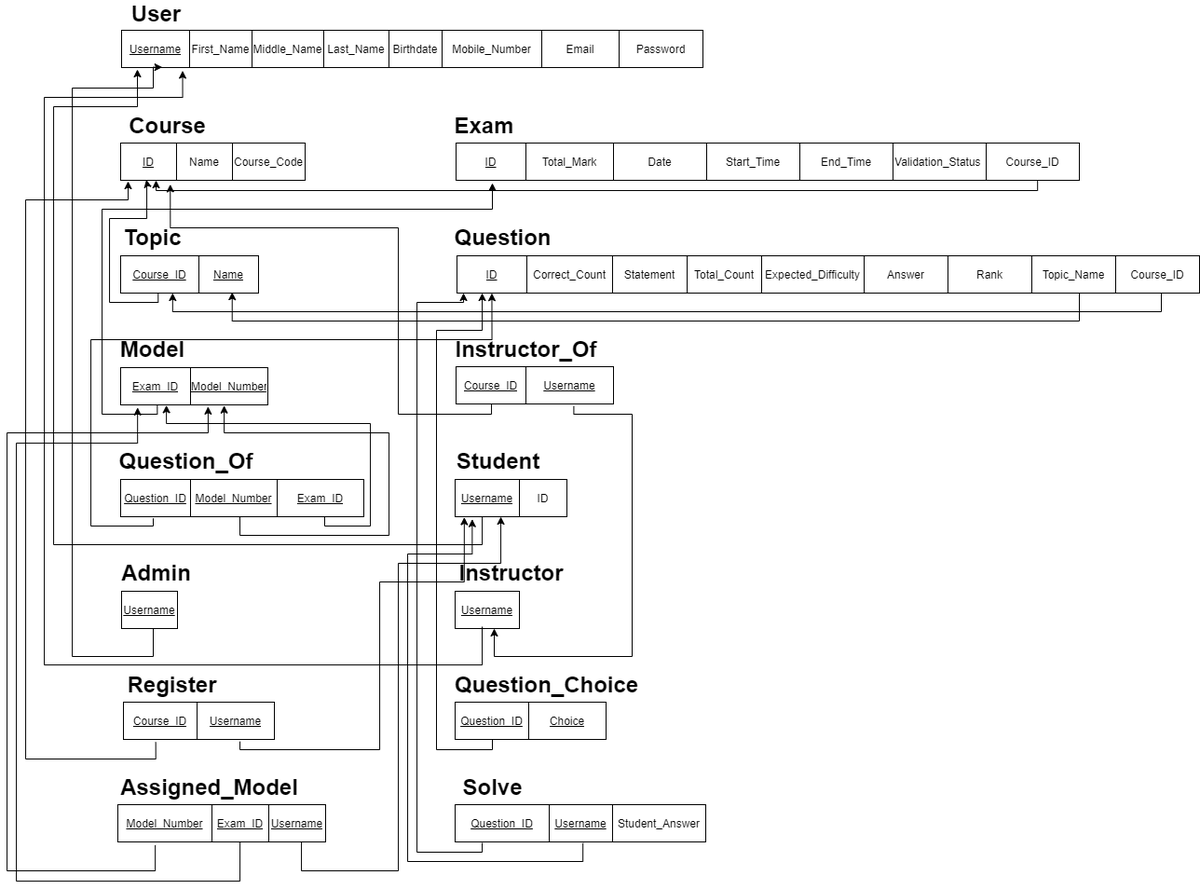
Above: Database Design/schema.png in aymanred121/Examination-Management-System (draw.io), before the change. Source tidied: cells renumbered, new cells last; positions are measured from the earlier drawing's top-left corner, leaving out a move shared by most shapes.
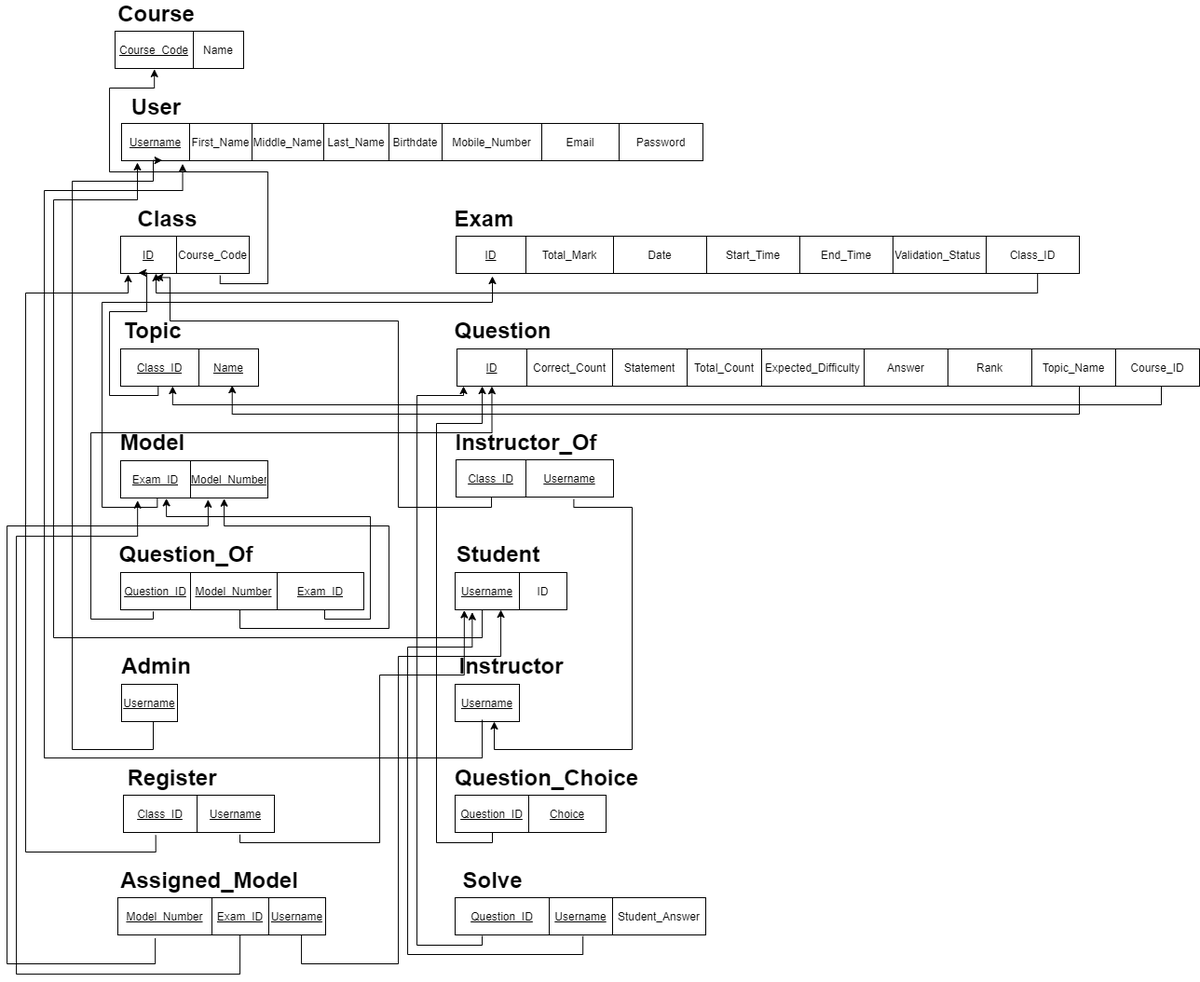
Above is the later version.

The edit, as a diff of the source:
```diff
@@ -137,7 +137,7 @@
     <mxCell id="46" style="shape=partialRectangle;html=1;whiteSpace=wrap;fillColor=none;top=0;left=0;bottom=0;right=0;points=[[0,0.5],[1,0.5]];portConstraint=eastwest;" parent="45" vertex="1">
       <mxGeometry width="169" height="40" as="geometry" />
     </mxCell>
-    <mxCell id="47" value="&lt;u&gt;Course_ID&lt;/u&gt;" style="shape=partialRectangle;html=1;whiteSpace=wrap;overflow=hidden;fillColor=none;top=0;left=0;bottom=0;right=0;" parent="46" vertex="1">
+    <mxCell id="47" value="&lt;u&gt;Class_ID&lt;/u&gt;" style="shape=partialRectangle;html=1;whiteSpace=wrap;overflow=hidden;fillColor=none;top=0;left=0;bottom=0;right=0;" parent="46" vertex="1">
       <mxGeometry width="75" height="40" as="geometry" />
     </mxCell>
     <mxCell id="48" value="&lt;u&gt;Username&lt;/u&gt;" style="shape=partialRectangle;html=1;whiteSpace=wrap;overflow=hidden;fillColor=none;top=0;left=0;bottom=0;right=0;" parent="46" vertex="1">
@@ -170,14 +170,14 @@
     <mxCell id="57" value="Validation_Status&amp;nbsp;" style="shape=partialRectangle;html=1;whiteSpace=wrap;overflow=hidden;fillColor=none;top=0;left=0;bottom=0;right=0;" parent="51" vertex="1">
       <mxGeometry x="469" width="100" height="40" as="geometry" />
     </mxCell>
-    <mxCell id="58" value="Course_ID" style="shape=partialRectangle;html=1;whiteSpace=wrap;overflow=hidden;fillColor=none;top=0;left=0;bottom=0;right=0;" parent="51" vertex="1">
+    <mxCell id="58" value="Class_ID" style="shape=partialRectangle;html=1;whiteSpace=wrap;overflow=hidden;fillColor=none;top=0;left=0;bottom=0;right=0;" parent="51" vertex="1">
       <mxGeometry x="569" width="100" height="40" as="geometry" />
     </mxCell>
     <mxCell id="59" value="&lt;span style=&quot;font-size: 24px&quot;&gt;&lt;b&gt;Exam&lt;/b&gt;&lt;/span&gt;" style="text;html=1;align=center;verticalAlign=middle;" parent="1" vertex="1">
       <mxGeometry x="472" y="120" width="80" height="20" as="geometry" />
     </mxCell>
-    <mxCell id="60" value="&lt;span style=&quot;font-size: 24px&quot;&gt;&lt;b&gt;Course&lt;/b&gt;&lt;/span&gt;" style="text;html=1;align=center;verticalAlign=middle;" parent="1" vertex="1">
-      <mxGeometry x="122" y="120" width="100" height="20" as="geometry" />
+    <mxCell id="60" value="&lt;span style=&quot;font-size: 24px&quot;&gt;&lt;b&gt;Class&lt;/b&gt;&lt;/span&gt;" style="text;html=1;align=center;verticalAlign=middle;" parent="1" vertex="1">
+      <mxGeometry x="132" y="120" width="80" height="20" as="geometry" />
     </mxCell>
     <mxCell id="61" value="&lt;span style=&quot;font-size: 24px&quot;&gt;&lt;b&gt;Topic&lt;/b&gt;&lt;/span&gt;" style="text;html=1;align=center;verticalAlign=middle;" parent="1" vertex="1">
       <mxGeometry x="116" y="240" width="80" height="20" as="geometry" />
@@ -188,7 +188,7 @@
     <mxCell id="63" style="shape=partialRectangle;html=1;whiteSpace=wrap;fillColor=none;top=0;left=0;bottom=0;right=0;points=[[0,0.5],[1,0.5]];portConstraint=eastwest;" parent="62" vertex="1">
       <mxGeometry width="148" height="40" as="geometry" />
     </mxCell>
-    <mxCell id="64" value="&lt;u&gt;Course_ID&lt;/u&gt;" style="shape=partialRectangle;html=1;whiteSpace=wrap;overflow=hidden;fillColor=none;top=0;left=0;bottom=0;right=0;" parent="63" vertex="1">
+    <mxCell id="64" value="&lt;u&gt;Class_ID&lt;/u&gt;" style="shape=partialRectangle;html=1;whiteSpace=wrap;overflow=hidden;fillColor=none;top=0;left=0;bottom=0;right=0;" parent="63" vertex="1">
       <mxGeometry width="84" height="40" as="geometry" />
     </mxCell>
     <mxCell id="65" value="&lt;u&gt;Name&lt;/u&gt;" style="shape=partialRectangle;html=1;whiteSpace=wrap;overflow=hidden;fillColor=none;top=0;left=0;bottom=0;right=0;" parent="63" vertex="1">
@@ -204,19 +204,16 @@
       <mxGeometry width="69" height="40" as="geometry" />
     </mxCell>
     <mxCell id="69" style="shape=table;html=1;whiteSpace=wrap;startSize=0;" parent="1" vertex="1">
-      <mxGeometry x="122" y="149" width="198" height="40" as="geometry" />
+      <mxGeometry x="122" y="149" width="138" height="40" as="geometry" />
     </mxCell>
     <mxCell id="70" style="shape=partialRectangle;html=1;whiteSpace=wrap;fillColor=none;top=0;left=0;bottom=0;right=0;points=[[0,0.5],[1,0.5]];portConstraint=eastwest;" parent="69" vertex="1">
-      <mxGeometry width="198" height="40" as="geometry" />
+      <mxGeometry width="138" height="40" as="geometry" />
     </mxCell>
     <mxCell id="71" value="&lt;u&gt;ID&lt;/u&gt;" style="shape=partialRectangle;html=1;whiteSpace=wrap;overflow=hidden;fillColor=none;top=0;left=0;bottom=0;right=0;" parent="70" vertex="1">
       <mxGeometry width="60" height="40" as="geometry" />
     </mxCell>
-    <mxCell id="72" value="Name" style="shape=partialRectangle;html=1;whiteSpace=wrap;overflow=hidden;fillColor=none;top=0;left=0;bottom=0;right=0;" parent="70" vertex="1">
-      <mxGeometry x="60" width="60" height="40" as="geometry" />
-    </mxCell>
     <mxCell id="73" value="Course_Code" style="shape=partialRectangle;html=1;whiteSpace=wrap;overflow=hidden;fillColor=none;top=0;left=0;bottom=0;right=0;" parent="70" vertex="1">
-      <mxGeometry x="120" width="78" height="40" as="geometry" />
+      <mxGeometry x="60" width="78" height="40" as="geometry" />
     </mxCell>
     <mxCell id="74" value="&lt;font size=&quot;1&quot;&gt;&lt;b style=&quot;font-size: 24px&quot;&gt;Instructor&lt;/b&gt;&lt;/font&gt;" style="text;html=1;align=center;verticalAlign=middle;" parent="1" vertex="1">
       <mxGeometry x="476" y="600" width="130" height="20" as="geometry" />
@@ -263,8 +260,8 @@
       <mxGeometry relative="1" as="geometry">
         <mxPoint x="160" y="189" as="targetPoint" />
         <Array as="points">
-          <mxPoint x="1106" y="200" />
-          <mxPoint x="160" y="200" />
+          <mxPoint x="1106" y="210" />
+          <mxPoint x="160" y="210" />
         </Array>
       </mxGeometry>
     </mxCell>
@@ -386,7 +383,7 @@
     <mxCell id="95" style="shape=partialRectangle;html=1;whiteSpace=wrap;fillColor=none;top=0;left=0;bottom=0;right=0;points=[[0,0.5],[1,0.5]];portConstraint=eastwest;" parent="94" vertex="1">
       <mxGeometry width="162" height="40" as="geometry" />
     </mxCell>
-    <mxCell id="96" value="&lt;u&gt;Course_ID&lt;/u&gt;" style="shape=partialRectangle;html=1;whiteSpace=wrap;overflow=hidden;fillColor=none;top=0;left=0;bottom=0;right=0;" parent="95" vertex="1">
+    <mxCell id="96" value="&lt;u&gt;Class_ID&lt;/u&gt;" style="shape=partialRectangle;html=1;whiteSpace=wrap;overflow=hidden;fillColor=none;top=0;left=0;bottom=0;right=0;" parent="95" vertex="1">
       <mxGeometry width="79" height="40" as="geometry" />
     </mxCell>
     <mxCell id="97" value="&lt;u&gt;Username&lt;/u&gt;" style="shape=partialRectangle;html=1;whiteSpace=wrap;overflow=hidden;fillColor=none;top=0;left=0;bottom=0;right=0;" parent="95" vertex="1">
@@ -505,5 +502,32 @@
         </Array>
       </mxGeometry>
     </mxCell>
+    <mxCell id="118" value="&lt;span style=&quot;font-size: 24px&quot;&gt;&lt;b&gt;Course&lt;/b&gt;&lt;/span&gt;" style="text;html=1;align=center;verticalAlign=middle;" parent="1" vertex="1">
+      <mxGeometry x="110" y="-100" width="100" height="20" as="geometry" />
+    </mxCell>
+    <mxCell id="119" style="shape=table;html=1;whiteSpace=wrap;startSize=0;" parent="1" vertex="1">
+      <mxGeometry x="116" y="-71" width="138" height="40" as="geometry" />
+    </mxCell>
+    <mxCell id="120" style="shape=partialRectangle;html=1;whiteSpace=wrap;fillColor=none;top=0;left=0;bottom=0;right=0;points=[[0,0.5],[1,0.5]];portConstraint=eastwest;" parent="119" vertex="1">
+      <mxGeometry width="138" height="40" as="geometry" />
+    </mxCell>
+    <mxCell id="121" value="&lt;u&gt;Course_Code&lt;/u&gt;" style="shape=partialRectangle;html=1;whiteSpace=wrap;overflow=hidden;fillColor=none;top=0;left=0;bottom=0;right=0;" parent="120" vertex="1">
+      <mxGeometry width="84" height="40" as="geometry" />
+    </mxCell>
+    <mxCell id="72" value="Name" style="shape=partialRectangle;html=1;whiteSpace=wrap;overflow=hidden;fillColor=none;top=0;left=0;bottom=0;right=0;" parent="120" vertex="1">
+      <mxGeometry x="84" width="54" height="40" as="geometry" />
+    </mxCell>
+    <mxCell id="122" style="edgeStyle=orthogonalEdgeStyle;rounded=0;jettySize=auto;html=1;exitX=0.774;exitY=1.055;exitDx=0;exitDy=0;entryX=0.306;entryY=1.021;entryDx=0;entryDy=0;entryPerimeter=0;exitPerimeter=0;" parent="1" edge="1" source="70" target="120">
+      <mxGeometry relative="1" as="geometry">
+        <Array as="points">
+          <mxPoint x="229" y="200" />
+          <mxPoint x="280" y="200" />
+          <mxPoint x="280" y="80" />
+          <mxPoint x="110" y="80" />
+          <mxPoint x="110" y="-10" />
+          <mxPoint x="158" y="-10" />
+        </Array>
+      </mxGeometry>
+    </mxCell>
   </root>
 </mxGraphModel>
```
